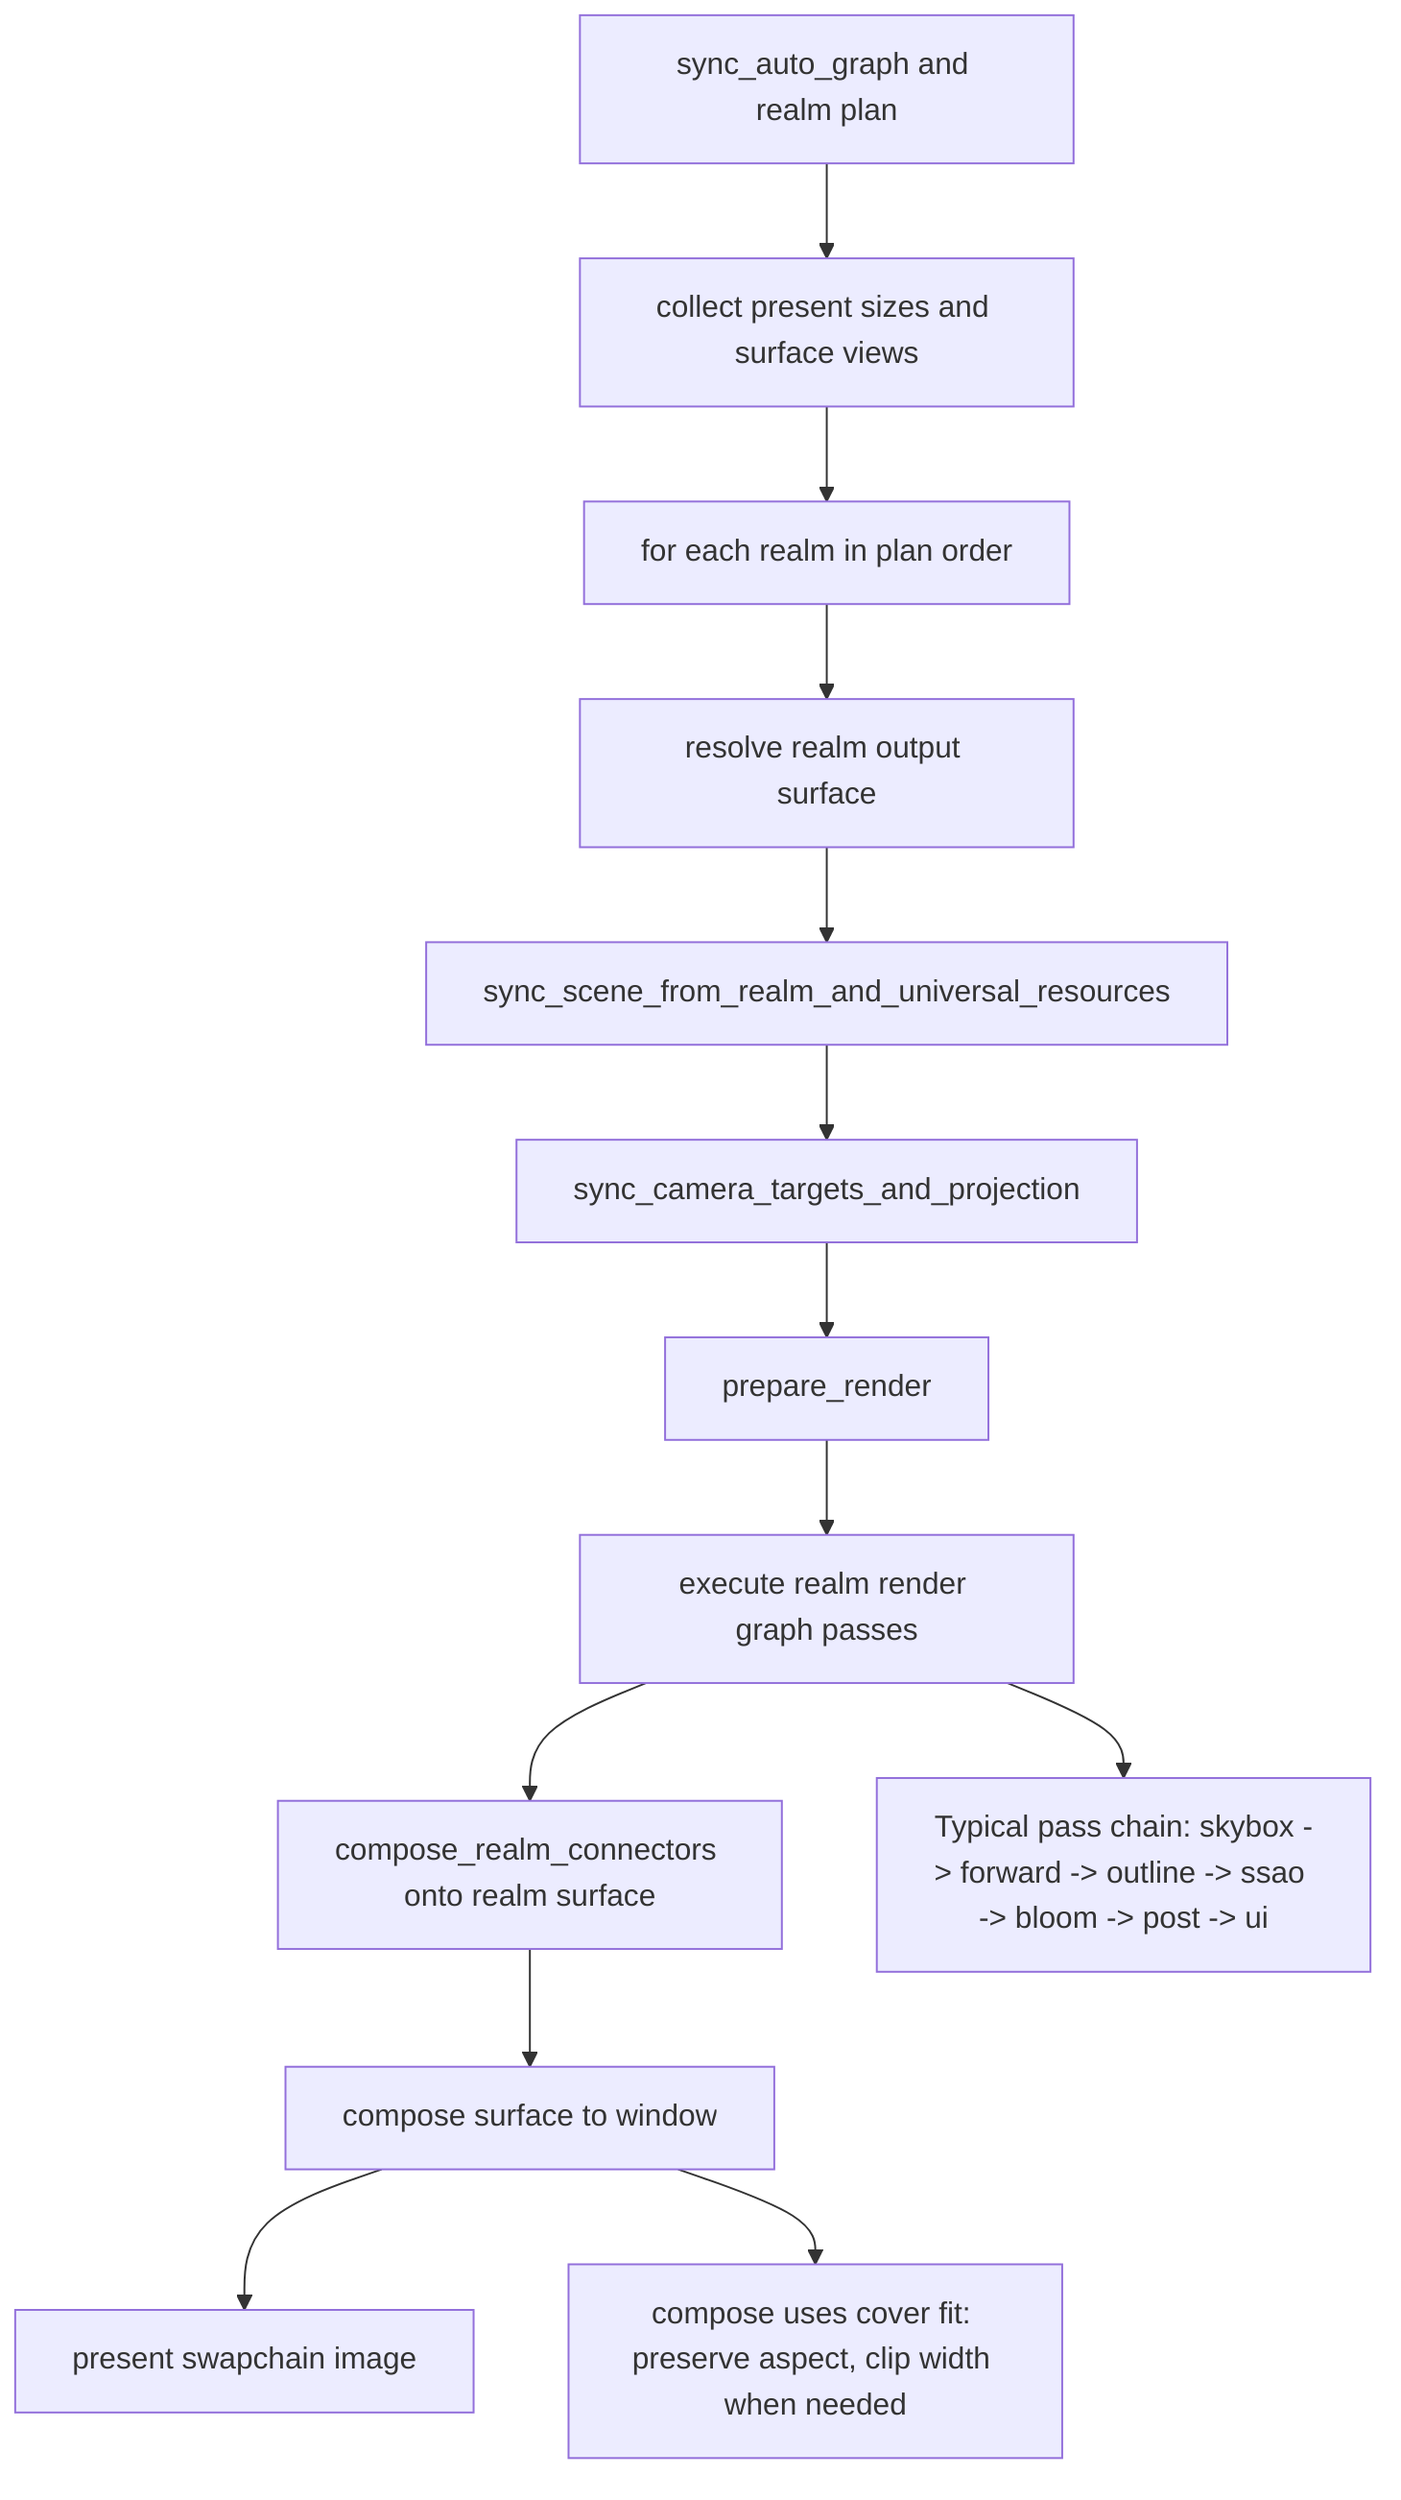
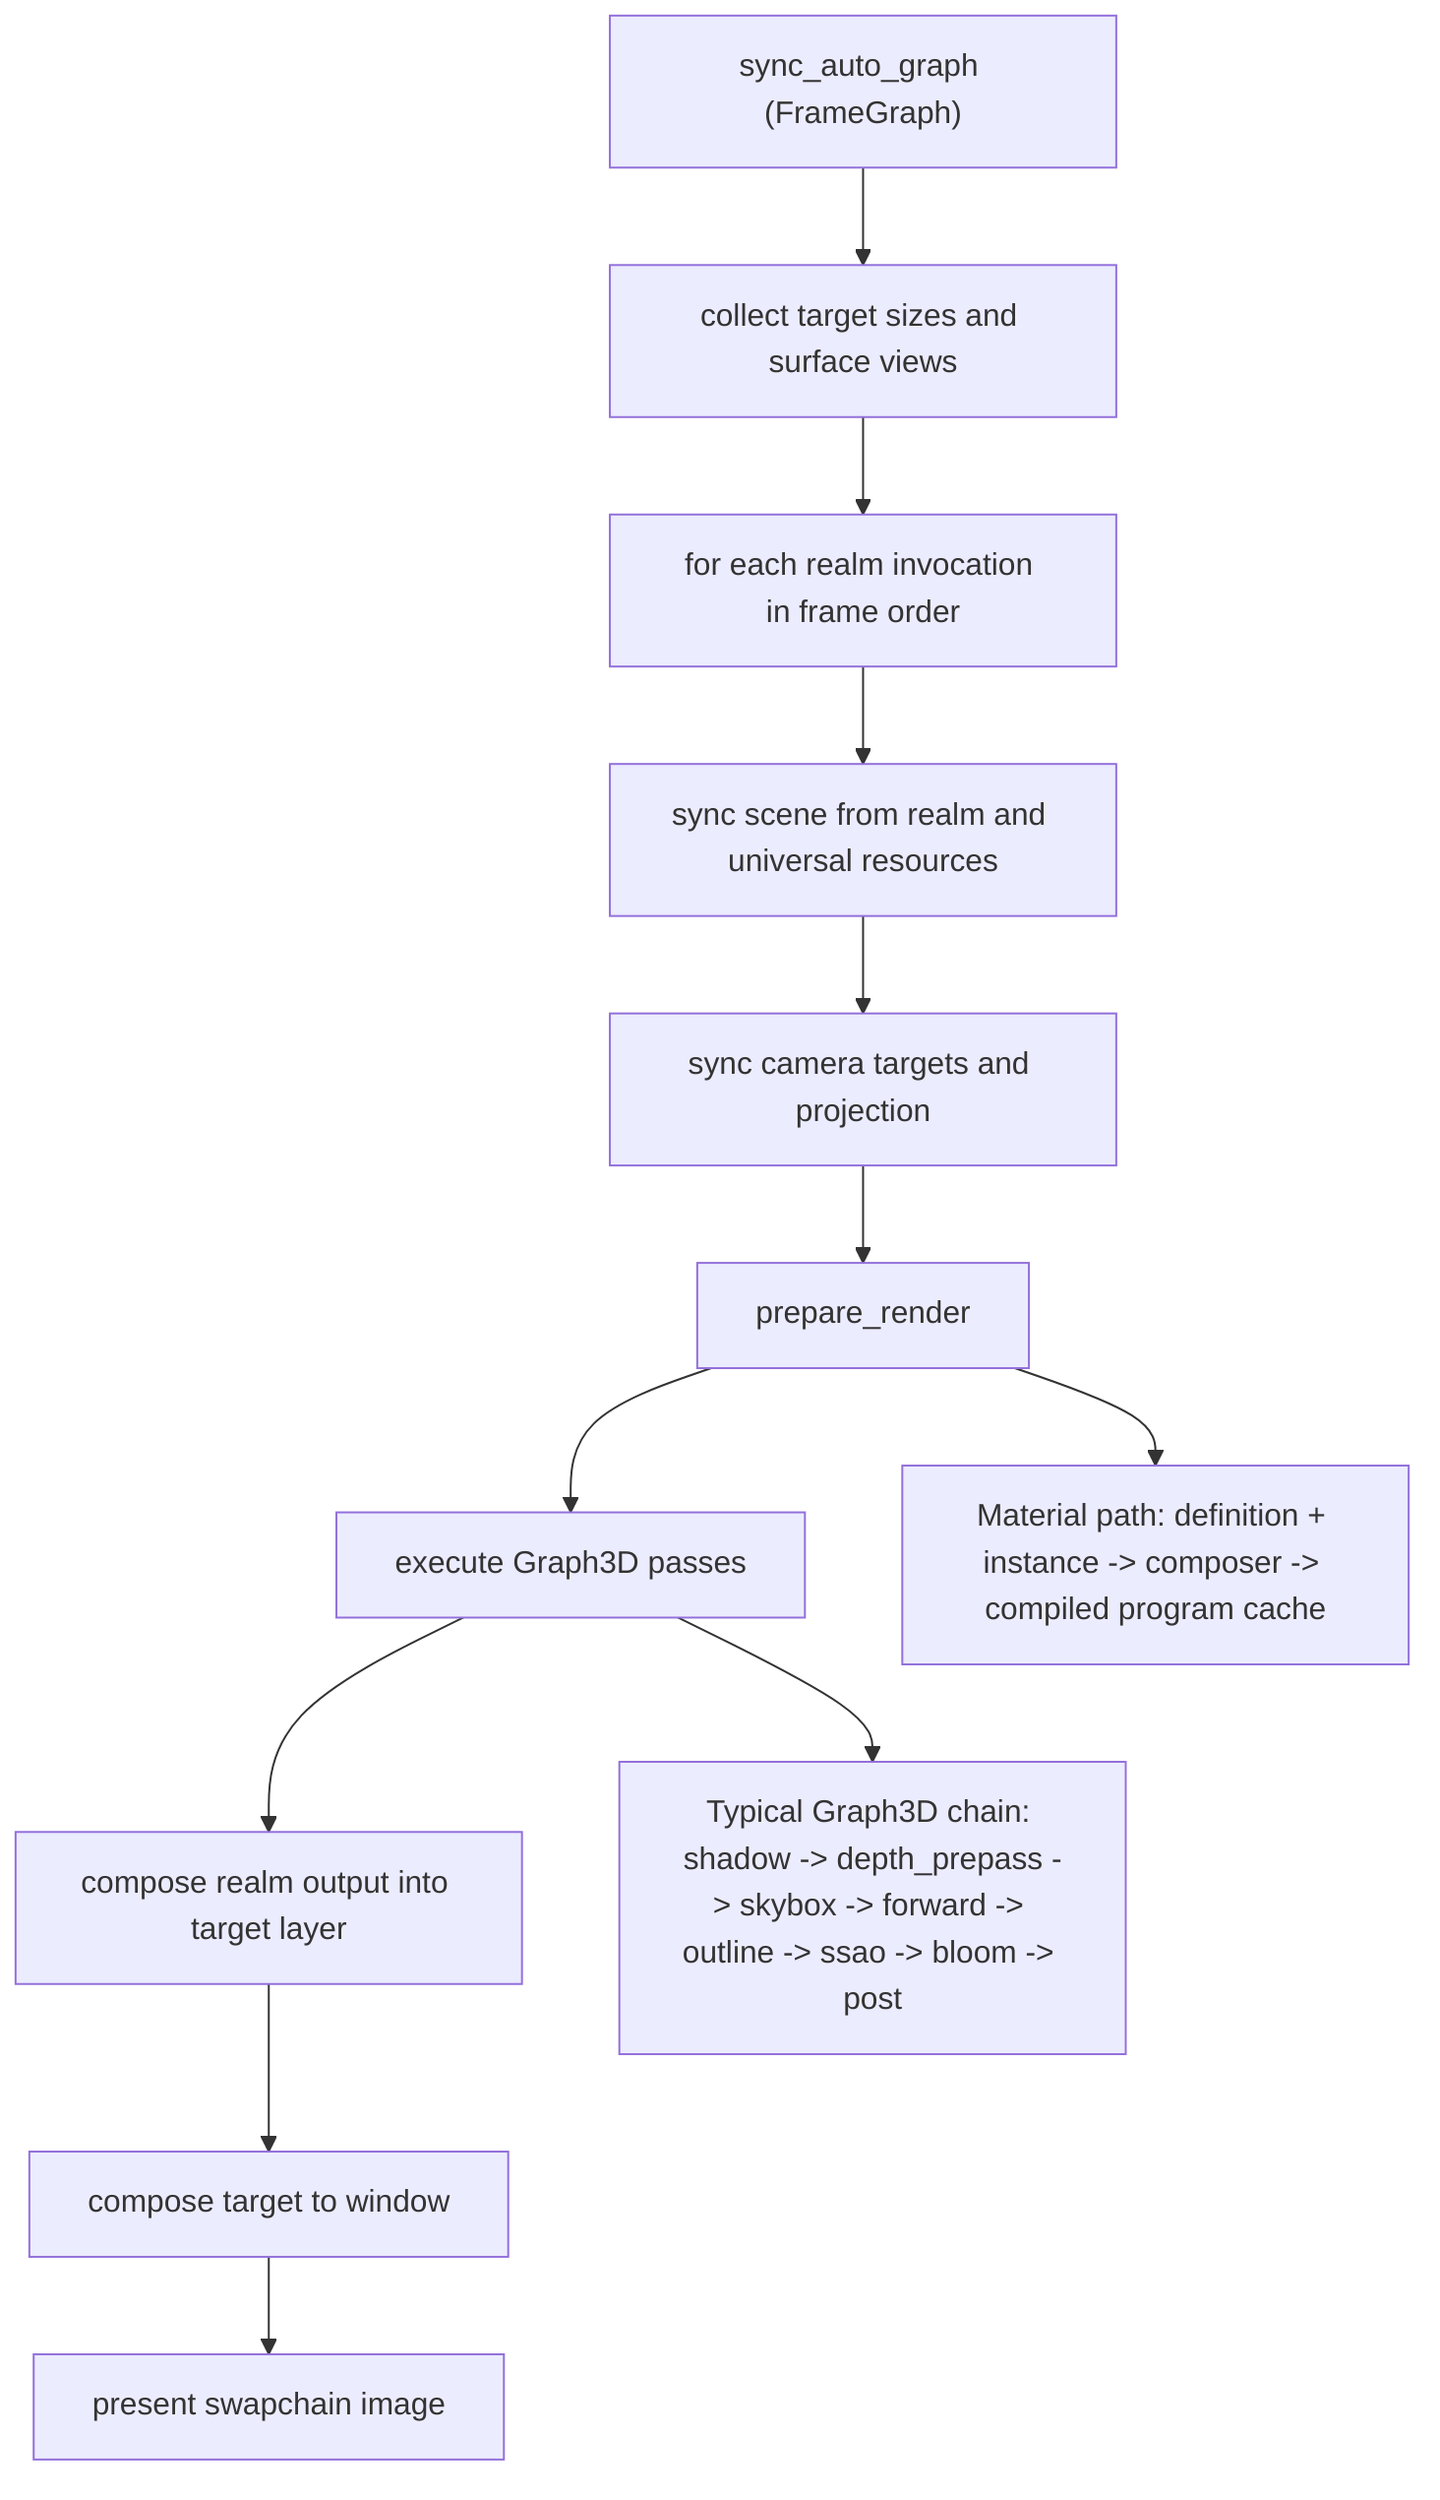
flowchart TD
-   P0["sync_auto_graph and realm plan"]
-   P1["collect present sizes and surface views"]
-   P2["for each realm in plan order"]
-   P3["resolve realm output surface"]
-   P4["sync_scene_from_realm_and_universal_resources"]
-   P5["sync_camera_targets_and_projection"]
-   P6["prepare_render"]
-   P7["execute realm render graph passes"]
-   P8["compose_realm_connectors onto realm surface"]
-   P9["compose surface to window"]
-   P10["present swapchain image"]
+   P0["sync_auto_graph (FrameGraph)"]
+   P1["collect target sizes and surface views"]
+   P2["for each realm invocation in frame order"]
+   P3["sync scene from realm and universal resources"]
+   P4["sync camera targets and projection"]
+   P5["prepare_render"]
+   P6["execute Graph3D passes"]
+   P7["compose realm output into target layer"]
+   P8["compose target to window"]
+   P9["present swapchain image"]

  P0 --> P1
  P1 --> P2
  P2 --> P3
  P3 --> P4
  P4 --> P5
  P5 --> P6
  P6 --> P7
  P7 --> P8
  P8 --> P9
-   P9 --> P10

-   PASS["Typical pass chain: skybox -> forward -> outline -> ssao -> bloom -> post -> ui"]
-   COVER["compose uses cover fit: preserve aspect, clip width when needed"]
-   P7 --> PASS
-   P9 --> COVER
+   PASS["Typical Graph3D chain: shadow -> depth_prepass -> skybox -> forward -> outline -> ssao -> bloom -> post"]
+   MAT["Material path: definition + instance -> composer -> compiled program cache"]
+ 
+   P6 --> PASS
+   P5 --> MAT
